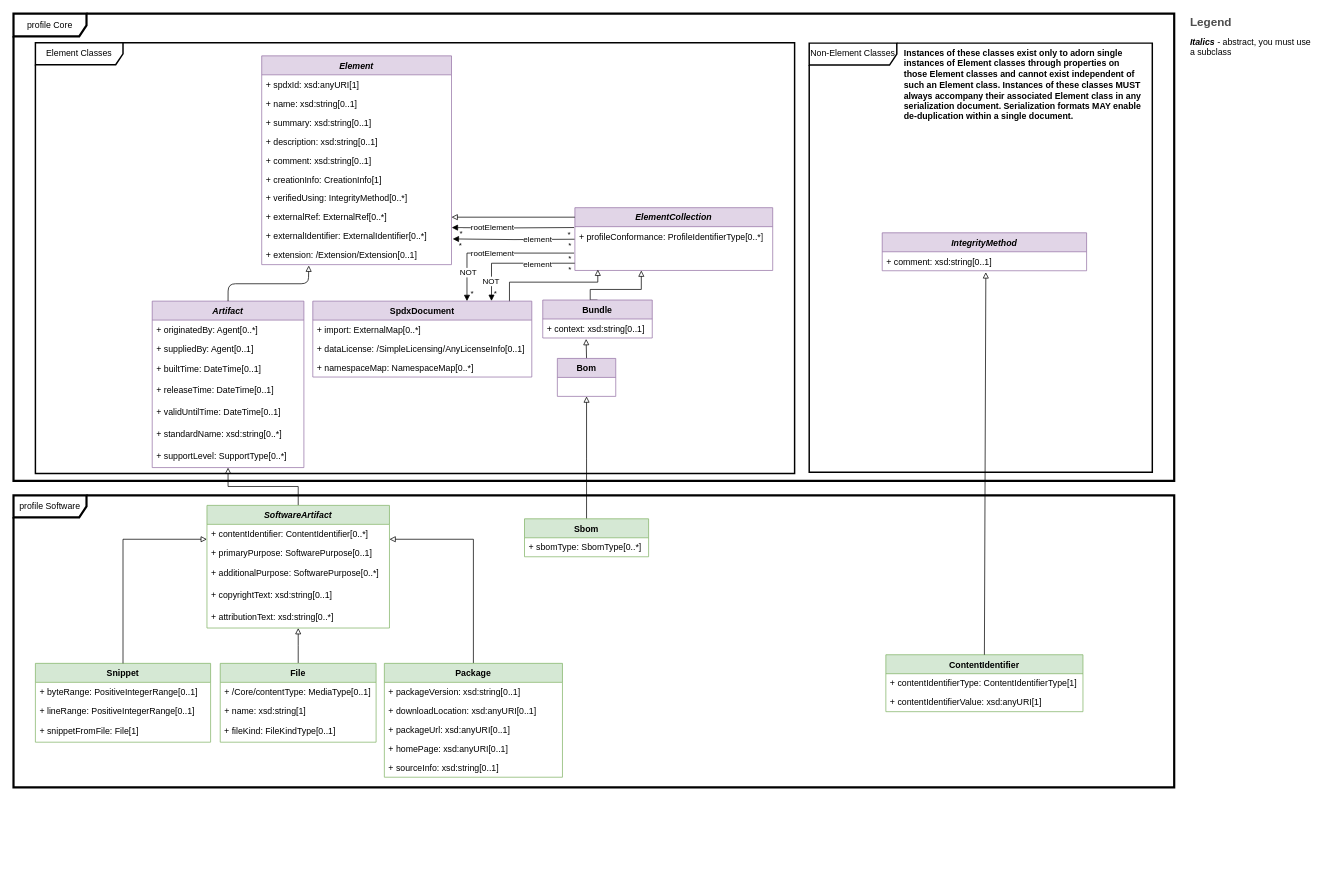
Before: page "Software" (3 of 11) of model.drawio in spdx/spdx-3-model, a draw.io diagram. Source tidied: cells renumbered, new cells numbered last; positions are measured from the earlier drawing's top-left corner, leaving out a move shared by most shapes. Both pictures are drawn from the tidied source at 73%, with x=0, y=0 at pixel (13, 13).
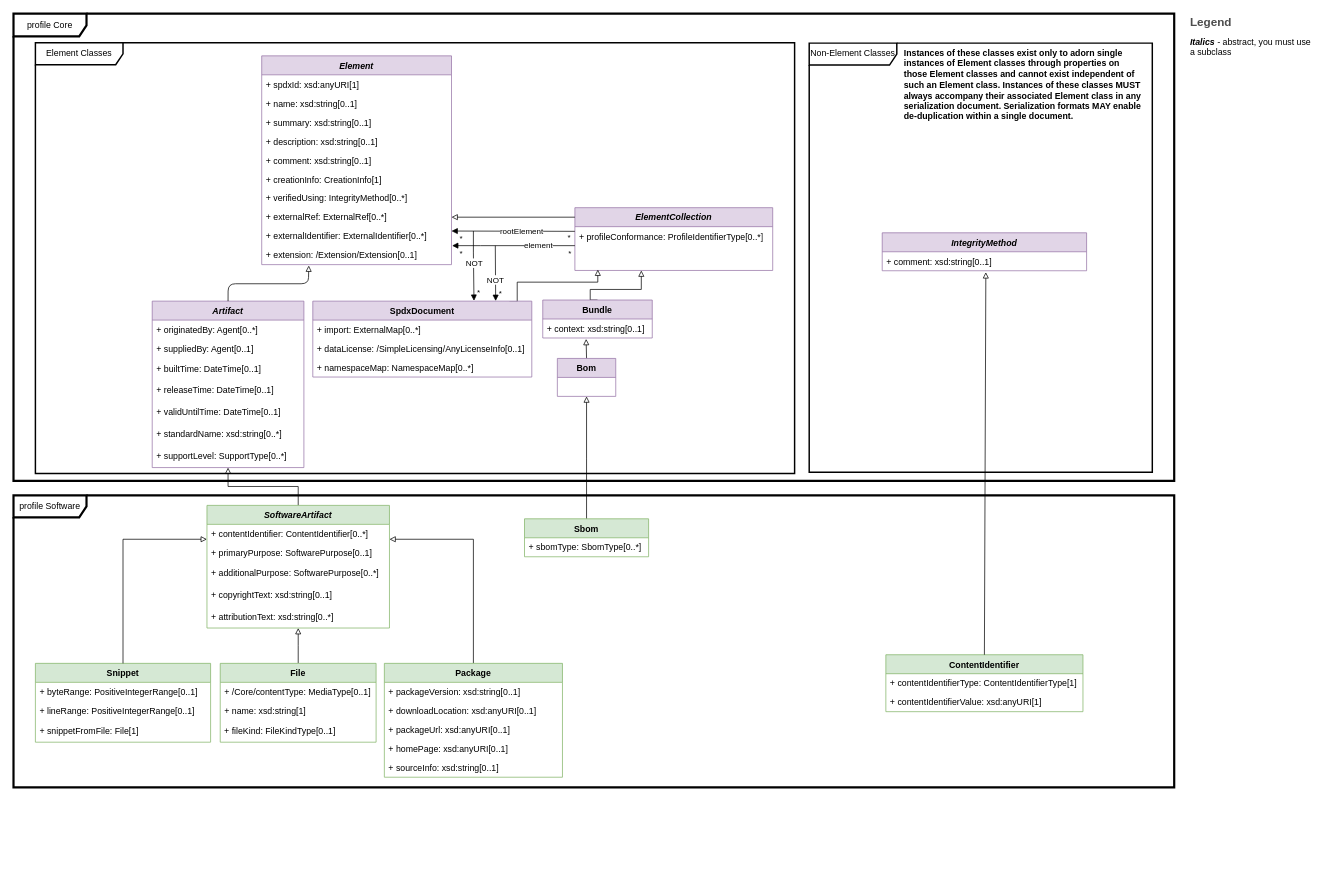
The same diagram, later.

Commit message (it also covers changes not shown here):
Merge again rootElement arrows, element arrows

Unchanged cells that the change refers to:
```xml
<mxCell id="15" value="+ extension: /Extension/Extension[0..1]" style="text;strokeColor=none;fillColor=none;align=left;verticalAlign=top;spacingLeft=4;spacingRight=4;overflow=hidden;points=[[0,0.5],[1,0.5]];portConstraint=eastwest;" parent="5" vertex="1">
  <mxGeometry y="260" width="260" height="26" as="geometry" />
</mxCell>
<mxCell id="25" value="+ profileConformance: ProfileIdentifierType[0..*]" style="text;strokeColor=none;fillColor=none;align=left;verticalAlign=middle;spacingLeft=4;spacingRight=4;overflow=hidden;points=[[0,0.5],[1,0.5]];portConstraint=eastwest;whiteSpace=wrap;html=1;fontColor=#000000;" parent="24" vertex="1">
  <mxGeometry y="26" width="271" height="30" as="geometry" />
</mxCell>
<mxCell id="26" value="&lt;font color=&quot;#000000&quot;&gt;&amp;nbsp;&lt;/font&gt;" style="text;strokeColor=none;fillColor=none;align=left;verticalAlign=middle;spacingLeft=4;spacingRight=4;overflow=hidden;points=[[0,0.5],[1,0.5]];portConstraint=eastwest;whiteSpace=wrap;html=1;fontColor=#FF0000;" parent="24" vertex="1">
  <mxGeometry y="56" width="271" height="30" as="geometry" />
</mxCell>
<mxCell id="66" value="SpdxDocument" style="swimlane;fontStyle=1;horizontal=1;startSize=26;fillColor=#e1d5e7;strokeColor=#9673a6;" parent="1" vertex="1">
  <mxGeometry x="410" y="394" width="300" height="104" as="geometry" />
</mxCell>
```

The edit, as a diff of the source:
```diff
@@
-    <mxCell id="31" style="edgeStyle=orthogonalEdgeStyle;rounded=0;orthogonalLoop=1;jettySize=auto;html=1;endArrow=block;endFill=1;entryX=1.001;entryY=0.397;entryDx=0;entryDy=0;entryPerimeter=0;exitX=-0.004;exitY=0.14;exitDx=0;exitDy=0;exitPerimeter=0;" parent="1" edge="1">
+    <mxCell id="31" style="edgeStyle=orthogonalEdgeStyle;rounded=0;jettySize=auto;html=1;endArrow=block;endFill=1;exitX=0;exitY=0.214;exitDx=0;exitDy=0;exitPerimeter=0;" parent="1" edge="1" source="25">
       <mxGeometry relative="1" as="geometry">
-        <mxPoint x="767.9" y="293.2" as="sourcePoint" />
-        <mxPoint x="600.3" y="293.3" as="targetPoint" />
+        <mxPoint x="600" y="298" as="targetPoint" />
+        <Array as="points">
+          <mxPoint x="768" y="298" />
+        </Array>
       </mxGeometry>
     </mxCell>
     <mxCell id="32" value="*" style="edgeLabel;html=1;align=center;verticalAlign=middle;" parent="31" vertex="1">
       <mxGeometry x="-0.9" y="4" relative="1" as="geometry">
-        <mxPoint x="1" y="4" as="offset" />
+        <mxPoint y="4" as="offset" />
       </mxGeometry>
     </mxCell>
     <mxCell id="33" value="*" style="edgeLabel;html=1;align=center;verticalAlign=middle;" parent="31" vertex="1">
       <mxGeometry x="0.87" y="1" relative="1" as="geometry">
-        <mxPoint x="2" y="6" as="offset" />
+        <mxPoint x="2" y="8" as="offset" />
       </mxGeometry>
     </mxCell>
     <mxCell id="34" value="rootElement" style="edgeLabel;html=1;align=center;verticalAlign=middle;" parent="31" vertex="1">
       <mxGeometry x="0.08" y="-2" relative="1" as="geometry">
-        <mxPoint x="-22" y="1" as="offset" />
+        <mxPoint x="17" y="1" as="offset" />
       </mxGeometry>
     </mxCell>
@@
-    <mxCell id="55" style="edgeStyle=orthogonalEdgeStyle;rounded=0;orthogonalLoop=1;jettySize=auto;html=1;endArrow=block;endFill=1;entryX=1.006;entryY=0.915;entryDx=0;entryDy=0;entryPerimeter=0;exitX=-0.002;exitY=0.807;exitDx=0;exitDy=0;exitPerimeter=0;" parent="1" edge="1">
+    <mxCell id="55" style="edgeStyle=orthogonalEdgeStyle;rounded=0;jettySize=auto;html=1;endArrow=block;endFill=1;entryX=1.003;entryY=0;entryDx=0;entryDy=0;entryPerimeter=0;exitX=0;exitY=0.867;exitDx=0;exitDy=0;exitPerimeter=0;" parent="1" edge="1" source="25" target="15">
       <mxGeometry x="-0.19" relative="1" as="geometry">
-        <mxPoint x="768.5" y="309.2" as="sourcePoint" />
-        <mxPoint x="601.6" y="308.8" as="targetPoint" />
+        <Array as="points">
+          <mxPoint x="640" y="318" />
+          <mxPoint x="640" y="318" />
+        </Array>
       </mxGeometry>
     </mxCell>
     <mxCell id="56" value="*" style="edgeLabel;html=1;align=center;verticalAlign=middle;labelBackgroundColor=none;" parent="55" vertex="1">
       <mxGeometry x="0.79" y="-3" relative="1" as="geometry">
-        <mxPoint x="-7" y="12" as="offset" />
+        <mxPoint x="-6" y="12" as="offset" />
       </mxGeometry>
     </mxCell>
     <mxCell id="57" value="*" style="edgeLabel;html=1;align=center;verticalAlign=middle;" parent="55" vertex="1">
       <mxGeometry x="-0.9" relative="1" as="geometry">
-        <mxPoint x="0.8" y="8" as="offset" />
+        <mxPoint y="9" as="offset" />
       </mxGeometry>
     </mxCell>
@@
     <mxCell id="65" style="edgeStyle=orthogonalEdgeStyle;rounded=0;jettySize=auto;html=1;endArrow=block;endFill=0;exitX=0.898;exitY=0.01;exitDx=0;exitDy=0;exitPerimeter=0;entryX=0.116;entryY=0.959;entryDx=0;entryDy=0;entryPerimeter=0;" parent="1" edge="1" source="66" target="26">
       <mxGeometry relative="1" as="geometry">
         <Array as="points">
-          <mxPoint x="679" y="368" />
+          <mxPoint x="690" y="395" />
+          <mxPoint x="690" y="368" />
           <mxPoint x="800" y="368" />
         </Array>
       </mxGeometry>
     </mxCell>
@@
-    <mxCell id="78" style="edgeStyle=orthogonalEdgeStyle;rounded=0;jettySize=auto;html=1;endArrow=block;endFill=1;exitX=-0.004;exitY=0.207;exitDx=0;exitDy=0;exitPerimeter=0;entryX=0.704;entryY=0;entryDx=0;entryDy=0;entryPerimeter=0;" parent="1" edge="1" source="26" target="66">
+    <mxCell id="78" style="edgeStyle=orthogonalEdgeStyle;rounded=0;jettySize=auto;html=1;endArrow=block;endFill=1;entryX=0.736;entryY=-0.004;entryDx=0;entryDy=0;entryPerimeter=0;" parent="1" edge="1" target="66">
       <mxGeometry relative="1" as="geometry">
+        <mxPoint x="630" y="298" as="sourcePoint" />
         <Array as="points">
-          <mxPoint x="621" y="328" />
+          <mxPoint x="630" y="328" />
+          <mxPoint x="630" y="394" />
         </Array>
       </mxGeometry>
     </mxCell>
     <mxCell id="79" value="NOT" style="edgeLabel;html=1;align=center;verticalAlign=middle;" parent="78" vertex="1">
-      <mxGeometry x="0.63" y="1" relative="1" as="geometry" />
+      <mxGeometry x="0.63" y="1" relative="1" as="geometry">
+        <mxPoint x="-1" y="-34" as="offset" />
+      </mxGeometry>
     </mxCell>
-    <mxCell id="80" value="rootElement" style="edgeLabel;html=1;align=center;verticalAlign=middle;" parent="78" vertex="1">
-      <mxGeometry x="0.22" relative="1" as="geometry">
-        <mxPoint x="18" as="offset" />
-      </mxGeometry>
-    </mxCell>
-    <mxCell id="81" value="&lt;div&gt;*&lt;/div&gt;" style="edgeLabel;html=1;align=center;verticalAlign=middle;" parent="78" vertex="1">
-      <mxGeometry x="-0.94" y="1" relative="1" as="geometry">
-        <mxPoint y="6" as="offset" />
-      </mxGeometry>
-    </mxCell>
     <mxCell id="82" value="*" style="edgeLabel;html=1;align=center;verticalAlign=middle;" parent="78" vertex="1">
       <mxGeometry x="0.88" y="1" relative="1" as="geometry">
-        <mxPoint x="5" y="2" as="offset" />
+        <mxPoint x="5" y="-6" as="offset" />
       </mxGeometry>
     </mxCell>
-    <mxCell id="83" style="edgeStyle=orthogonalEdgeStyle;rounded=0;jettySize=auto;html=1;endArrow=block;endFill=1;entryX=0.816;entryY=-0.002;entryDx=0;entryDy=0;entryPerimeter=0;exitX=-0.001;exitY=0.669;exitDx=0;exitDy=0;exitPerimeter=0;" parent="1" edge="1" source="26" target="66">
+    <mxCell id="83" style="edgeStyle=orthogonalEdgeStyle;rounded=0;jettySize=auto;html=1;endArrow=block;endFill=1;entryX=0.835;entryY=-0.002;entryDx=0;entryDy=0;entryPerimeter=0;" parent="1" edge="1" target="66">
       <mxGeometry x="0.66" relative="1" as="geometry">
+        <mxPoint x="660" y="318" as="sourcePoint" />
         <Array as="points">
-          <mxPoint x="655" y="342" />
+          <mxPoint x="661" y="318" />
         </Array>
       </mxGeometry>
     </mxCell>
     <mxCell id="84" value="*" style="edgeLabel;html=1;align=center;verticalAlign=middle;labelBackgroundColor=none;" parent="83" vertex="1">
       <mxGeometry x="0.79" y="-3" relative="1" as="geometry">
-        <mxPoint x="8" y="7" as="offset" />
+        <mxPoint x="9" y="-4" as="offset" />
       </mxGeometry>
     </mxCell>
-    <mxCell id="85" value="*" style="edgeLabel;html=1;align=center;verticalAlign=middle;" parent="83" vertex="1">
-      <mxGeometry x="-0.9" relative="1" as="geometry">
-        <mxPoint x="1" y="8" as="offset" />
-      </mxGeometry>
-    </mxCell>
-    <mxCell id="86" value="element" style="edgeLabel;html=1;align=center;verticalAlign=middle;" parent="83" vertex="1">
-      <mxGeometry x="-0.38" y="1" relative="1" as="geometry" />
-    </mxCell>
     <mxCell id="87" value="NOT" style="edgeLabel;html=1;align=center;verticalAlign=middle;" parent="83" vertex="1">
       <mxGeometry x="0.64" y="-1" relative="1" as="geometry">
-        <mxPoint y="2" as="offset" />
+        <mxPoint y="-16" as="offset" />
       </mxGeometry>
     </mxCell>
```
